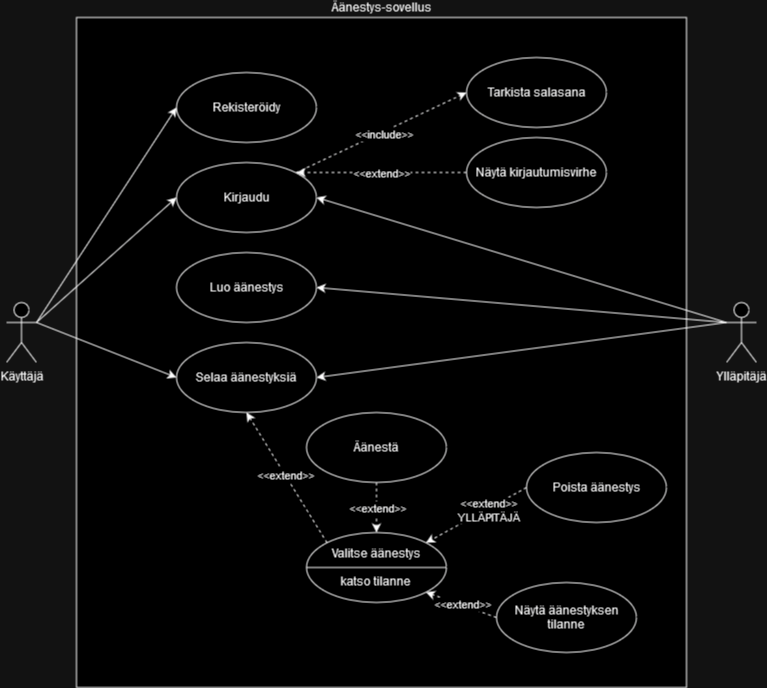
MrRodent/OHJ4_UML keeps this draw.io diagram as UML.png. Above is the earlier version. Source tidied: cells renumbered, new cells last; positions are measured from the earlier drawing's top-left corner, leaving out a move shared by most shapes.
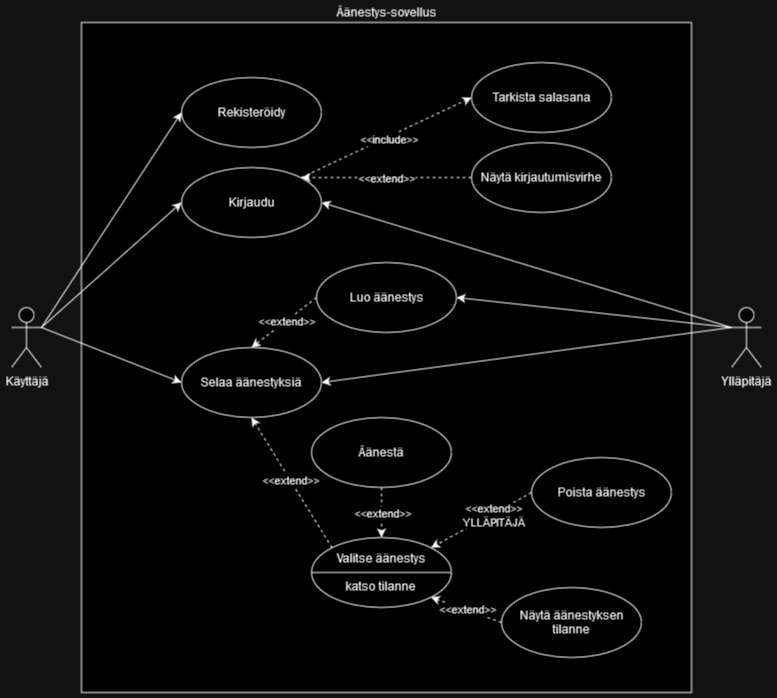
Later version of the same file.

The edit, as a diff of the source:
```diff
@@ -62,8 +62,14 @@
     <mxCell id="21" style="line;strokeWidth=1;fillColor=none;align=left;verticalAlign=middle;spacingTop=-1;spacingLeft=3;spacingRight=3;labelPosition=right;strokeColor=inherit;" parent="1" vertex="1">
       <mxGeometry x="300" y="546" width="140" height="8" as="geometry" />
     </mxCell>
+    <mxCell id="34" style="rounded=0;jettySize=auto;html=1;exitX=0;exitY=0.5;exitDx=0;exitDy=0;entryX=0.5;entryY=0;entryDx=0;entryDy=0;dashed=1;" parent="1" edge="1" source="22" target="17">
+      <mxGeometry relative="1" as="geometry" />
+    </mxCell>
+    <mxCell id="35" value="&amp;lt;&amp;lt;extend&amp;gt;&amp;gt;" style="edgeLabel;html=1;align=center;verticalAlign=middle;" parent="34" vertex="1">
+      <mxGeometry x="-0.04" relative="1" as="geometry" />
+    </mxCell>
     <mxCell id="22" value="Luo äänestys" style="ellipse;whiteSpace=wrap;html=1;" parent="1" vertex="1">
-      <mxGeometry x="170" y="235" width="140" height="70" as="geometry" />
+      <mxGeometry x="305" y="240" width="140" height="70" as="geometry" />
     </mxCell>
     <mxCell id="23" style="rounded=0;jettySize=auto;html=1;exitX=0;exitY=0.5;exitDx=0;exitDy=0;entryX=1;entryY=1;entryDx=0;entryDy=0;dashed=1;" parent="1" edge="1" source="25" target="20">
       <mxGeometry relative="1" as="geometry" />
```
